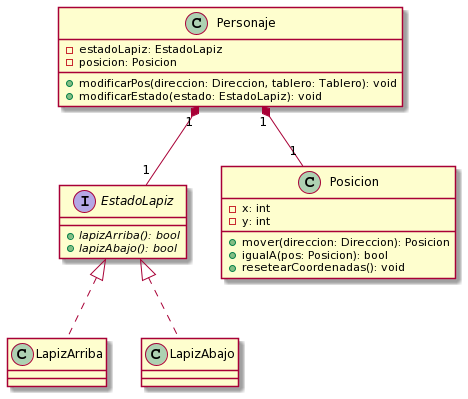
Before: Diagramas/DiagramaDeClases3.png, a diagram exported from PlantUML (lucasbilo/TP2_T12_ALGO3). Its diagram source:
```plantuml
@startuml
Personaje "1" *-- "1" EstadoLapiz
Personaje "1" *-- "1" Posicion

interface EstadoLapiz{
+ {abstract} lapizArriba(): bool
+ {abstract} lapizAbajo(): bool
}

Personaje : - estadoLapiz: EstadoLapiz
Personaje : - posicion: Posicion
Personaje : + modificarPos(direccion: Direccion, tablero: Tablero): void
Personaje : + modificarEstado(estado: EstadoLapiz): void

Posicion : - x: int
Posicion : - y: int
Posicion : + mover(direccion: Direccion): Posicion
Posicion : + igualA(pos: Posicion): bool
Posicion : + resetearCoordenadas(): void

EstadoLapiz <|.. LapizArriba
EstadoLapiz <|.. LapizAbajo
@enduml
```
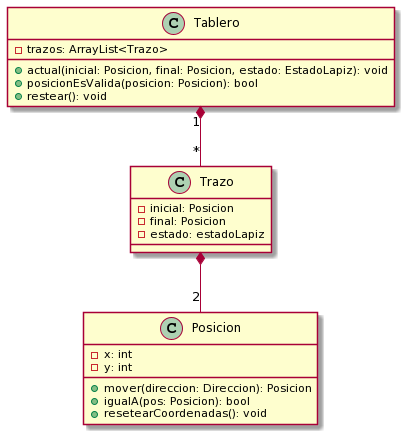
After the commit.

Commit message:
Agrego un diagrama mas

The edit, as a diff of the source:
```diff
@@ -1,16 +1,8 @@
 @startuml
-Personaje "1" *-- "1" EstadoLapiz
-Personaje "1" *-- "1" Posicion
+Tablero "1" *-- "*" Trazo
 
-interface EstadoLapiz{
-+ {abstract} lapizArriba(): bool
-+ {abstract} lapizAbajo(): bool
-}
+Trazo  *-- "2" Posicion
 
-Personaje : - estadoLapiz: EstadoLapiz
-Personaje : - posicion: Posicion
-Personaje : + modificarPos(direccion: Direccion, tablero: Tablero): void
-Personaje : + modificarEstado(estado: EstadoLapiz): void
 
 Posicion : - x: int
 Posicion : - y: int
@@ -18,6 +10,12 @@
 Posicion : + igualA(pos: Posicion): bool
 Posicion : + resetearCoordenadas(): void
 
-EstadoLapiz <|.. LapizArriba
-EstadoLapiz <|.. LapizAbajo
+Trazo : - inicial: Posicion
+Trazo : - final: Posicion
+Trazo : - estado: estadoLapiz
+
+Tablero : - trazos: ArrayList<Trazo>
+Tablero : + actual(inicial: Posicion, final: Posicion, estado: EstadoLapiz): void
+Tablero : + posicionEsValida(posicion: Posicion): bool
+Tablero : + restear(): void
 @enduml
```
